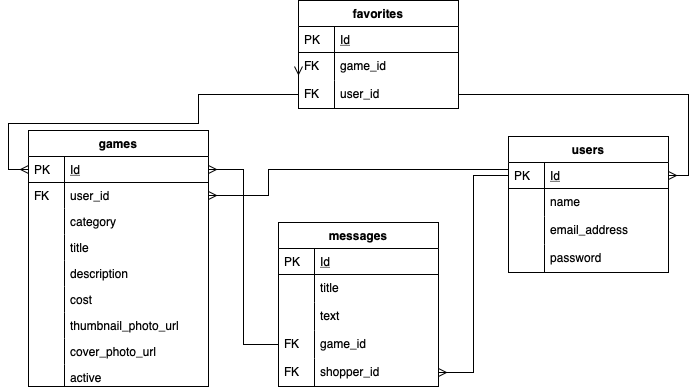
Before: screenshots/FRY_ERD.png, a diagram exported from draw.io (ronjuarez/gameFinderzz). Source tidied: cells renumbered, new cells last; positions are measured from the earlier drawing's top-left corner, leaving out a move shared by most shapes.
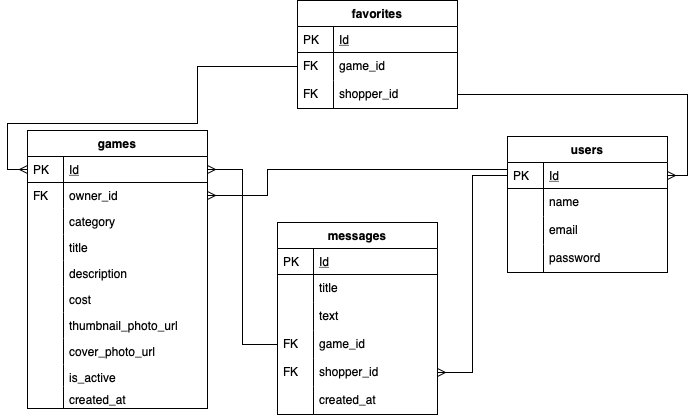
The same diagram one commit later.

Commit message:
sql schema added/initial app.get added to server

What changed in the source:
```diff
@@ -11,7 +11,7 @@
       </mxGeometry>
     </mxCell>
     <mxCell id="3" value="games" style="swimlane;fontStyle=1;horizontal=1;startSize=26;rounded=0;shadow=0;strokeWidth=1;" parent="1" vertex="1">
-      <mxGeometry x="20" y="130" width="180" height="256" as="geometry" />
+      <mxGeometry x="20" y="130" width="180" height="278" as="geometry" />
     </mxCell>
     <mxCell id="4" value="Id" style="shape=partialRectangle;top=0;left=0;right=0;bottom=1;align=left;verticalAlign=top;fillColor=none;spacingLeft=40;spacingRight=4;overflow=hidden;points=[[0,0.5],[1,0.5]];portConstraint=eastwest;rounded=0;shadow=0;strokeWidth=1;fontStyle=4;" parent="3" vertex="1">
       <mxGeometry y="26" width="180" height="26" as="geometry" />
@@ -19,7 +19,7 @@
     <mxCell id="5" value="PK" style="shape=partialRectangle;top=0;left=0;bottom=0;fillColor=none;align=left;verticalAlign=top;spacingLeft=4;spacingRight=4;overflow=hidden;" parent="4" vertex="1">
       <mxGeometry width="36" height="26" as="geometry" />
     </mxCell>
-    <mxCell id="6" value="user_id" style="shape=partialRectangle;top=0;left=0;right=0;bottom=0;align=left;verticalAlign=top;fillColor=none;spacingLeft=40;spacingRight=4;overflow=hidden;points=[[0,0.5],[1,0.5]];portConstraint=eastwest;rounded=0;shadow=0;strokeWidth=1;" parent="3" vertex="1">
+    <mxCell id="6" value="owner_id" style="shape=partialRectangle;top=0;left=0;right=0;bottom=0;align=left;verticalAlign=top;fillColor=none;spacingLeft=40;spacingRight=4;overflow=hidden;points=[[0,0.5],[1,0.5]];portConstraint=eastwest;rounded=0;shadow=0;strokeWidth=1;" parent="3" vertex="1">
       <mxGeometry y="52" width="180" height="26" as="geometry" />
     </mxCell>
     <mxCell id="7" value="FK" style="shape=partialRectangle;top=0;left=0;bottom=0;fillColor=none;align=left;verticalAlign=top;spacingLeft=4;spacingRight=4;overflow=hidden;" parent="6" vertex="1">
@@ -61,25 +61,31 @@
     <mxCell id="19" style="shape=partialRectangle;top=0;left=0;bottom=0;fillColor=none;align=left;verticalAlign=top;spacingLeft=4;spacingRight=4;overflow=hidden;" parent="18" vertex="1">
       <mxGeometry width="36" height="26" as="geometry" />
     </mxCell>
-    <mxCell id="20" value="active" style="shape=partialRectangle;top=0;left=0;right=0;bottom=0;align=left;verticalAlign=top;fillColor=none;spacingLeft=40;spacingRight=4;overflow=hidden;rounded=0;shadow=0;strokeWidth=1;" parent="3" vertex="1">
+    <mxCell id="20" value="is_active" style="shape=partialRectangle;top=0;left=0;right=0;bottom=0;align=left;verticalAlign=top;fillColor=none;spacingLeft=40;spacingRight=4;overflow=hidden;rounded=0;shadow=0;strokeWidth=1;" parent="3" vertex="1">
       <mxGeometry y="234" width="180" height="22" as="geometry" />
     </mxCell>
     <mxCell id="21" style="shape=partialRectangle;top=0;left=0;bottom=0;fillColor=none;align=left;verticalAlign=top;spacingLeft=4;spacingRight=4;overflow=hidden;" parent="20" vertex="1">
       <mxGeometry width="36" height="22" as="geometry" />
     </mxCell>
+    <mxCell id="53" value="created_at" style="shape=partialRectangle;top=0;left=0;right=0;bottom=0;align=left;verticalAlign=top;fillColor=none;spacingLeft=40;spacingRight=4;overflow=hidden;rounded=0;shadow=0;strokeWidth=1;" parent="3" vertex="1">
+      <mxGeometry y="256" width="180" height="22" as="geometry" />
+    </mxCell>
+    <mxCell id="54" style="shape=partialRectangle;top=0;left=0;bottom=0;fillColor=none;align=left;verticalAlign=top;spacingLeft=4;spacingRight=4;overflow=hidden;" parent="53" vertex="1">
+      <mxGeometry width="36" height="22" as="geometry" />
+    </mxCell>
     <mxCell id="22" style="edgeStyle=orthogonalEdgeStyle;rounded=0;jettySize=auto;html=1;startArrow=ERmany;startFill=0;endArrow=none;endFill=0;entryX=0;entryY=0.5;entryDx=0;entryDy=0;" parent="1" edge="1" source="4" target="49">
       <mxGeometry relative="1" as="geometry" />
     </mxCell>
     <mxCell id="23" style="edgeStyle=orthogonalEdgeStyle;rounded=0;jettySize=auto;html=1;entryX=0;entryY=0.5;entryDx=0;entryDy=0;startArrow=ERmany;startFill=0;endArrow=none;endFill=0;" parent="1" edge="1" source="51" target="34">
       <mxGeometry relative="1" as="geometry" />
     </mxCell>
-    <mxCell id="24" style="edgeStyle=orthogonalEdgeStyle;rounded=0;jettySize=auto;html=1;startArrow=ERmany;startFill=0;endArrow=ERmany;endFill=0;entryX=0;entryY=0.5;entryDx=0;entryDy=0;" parent="1" edge="1" source="4" target="28">
+    <mxCell id="24" style="edgeStyle=orthogonalEdgeStyle;rounded=0;jettySize=auto;html=1;startArrow=ERmany;startFill=0;endArrow=none;endFill=0;entryX=0;entryY=0.5;entryDx=0;entryDy=0;" parent="1" edge="1" source="4" target="28">
       <mxGeometry relative="1" as="geometry">
         <Array as="points">
           <mxPoint y="169" />
           <mxPoint y="123" />
           <mxPoint x="190" y="123" />
-          <mxPoint x="190" y="94" />
+          <mxPoint x="190" y="66" />
         </Array>
       </mxGeometry>
     </mxCell>
@@ -98,7 +104,7 @@
     <mxCell id="29" value="FK" style="shape=partialRectangle;top=0;left=0;bottom=0;fillColor=none;align=left;verticalAlign=top;spacingLeft=4;spacingRight=4;overflow=hidden;" parent="28" vertex="1">
       <mxGeometry width="36" height="28" as="geometry" />
     </mxCell>
-    <mxCell id="30" value="user_id" style="shape=partialRectangle;top=0;left=0;right=0;bottom=0;align=left;verticalAlign=top;fillColor=none;spacingLeft=40;spacingRight=4;overflow=hidden;points=[[0,0.5],[1,0.5]];portConstraint=eastwest;rounded=0;shadow=0;strokeWidth=1;" parent="25" vertex="1">
+    <mxCell id="30" value="shopper_id" style="shape=partialRectangle;top=0;left=0;right=0;bottom=0;align=left;verticalAlign=top;fillColor=none;spacingLeft=40;spacingRight=4;overflow=hidden;points=[[0,0.5],[1,0.5]];portConstraint=eastwest;rounded=0;shadow=0;strokeWidth=1;" parent="25" vertex="1">
       <mxGeometry y="80" width="160" height="28" as="geometry" />
     </mxCell>
     <mxCell id="31" value="FK" style="shape=partialRectangle;top=0;left=0;bottom=0;fillColor=none;align=left;verticalAlign=top;spacingLeft=4;spacingRight=4;overflow=hidden;" parent="30" vertex="1">
@@ -122,7 +128,7 @@
     <mxCell id="37" style="shape=partialRectangle;top=0;left=0;bottom=0;fillColor=none;align=left;verticalAlign=top;spacingLeft=4;spacingRight=4;overflow=hidden;" parent="36" vertex="1">
       <mxGeometry width="36" height="28" as="geometry" />
     </mxCell>
-    <mxCell id="38" value="email_address" style="shape=partialRectangle;top=0;left=0;right=0;bottom=0;align=left;verticalAlign=top;fillColor=none;spacingLeft=40;spacingRight=4;overflow=hidden;rounded=0;shadow=0;strokeWidth=1;" parent="33" vertex="1">
+    <mxCell id="38" value="email" style="shape=partialRectangle;top=0;left=0;right=0;bottom=0;align=left;verticalAlign=top;fillColor=none;spacingLeft=40;spacingRight=4;overflow=hidden;rounded=0;shadow=0;strokeWidth=1;" parent="33" vertex="1">
       <mxGeometry y="80" width="160" height="28" as="geometry" />
     </mxCell>
     <mxCell id="39" style="shape=partialRectangle;top=0;left=0;bottom=0;fillColor=none;align=left;verticalAlign=top;spacingLeft=4;spacingRight=4;overflow=hidden;" parent="38" vertex="1">
@@ -135,7 +141,7 @@
       <mxGeometry width="36" height="28" as="geometry" />
     </mxCell>
     <mxCell id="42" value="messages" style="swimlane;fontStyle=1;horizontal=1;startSize=26;rounded=0;shadow=0;strokeWidth=1;" parent="1" vertex="1">
-      <mxGeometry x="270" y="222" width="160" height="164" as="geometry" />
+      <mxGeometry x="270" y="222" width="160" height="192" as="geometry" />
     </mxCell>
     <mxCell id="43" value="Id" style="shape=partialRectangle;top=0;left=0;right=0;bottom=1;align=left;verticalAlign=top;fillColor=none;spacingLeft=40;spacingRight=4;overflow=hidden;rounded=0;shadow=0;strokeWidth=1;fontStyle=4;" parent="42" vertex="1">
       <mxGeometry y="26" width="160" height="26" as="geometry" />
@@ -167,5 +173,11 @@
     <mxCell id="52" value="FK" style="shape=partialRectangle;top=0;left=0;bottom=0;fillColor=none;align=left;verticalAlign=top;spacingLeft=4;spacingRight=4;overflow=hidden;" parent="51" vertex="1">
       <mxGeometry width="36" height="28" as="geometry" />
     </mxCell>
+    <mxCell id="55" value="created_at" style="shape=partialRectangle;top=0;left=0;right=0;bottom=0;align=left;verticalAlign=top;fillColor=none;spacingLeft=40;spacingRight=4;overflow=hidden;rounded=0;shadow=0;strokeWidth=1;" parent="42" vertex="1">
+      <mxGeometry y="164" width="160" height="28" as="geometry" />
+    </mxCell>
+    <mxCell id="56" style="shape=partialRectangle;top=0;left=0;bottom=0;fillColor=none;align=left;verticalAlign=top;spacingLeft=4;spacingRight=4;overflow=hidden;" parent="55" vertex="1">
+      <mxGeometry width="36" height="28" as="geometry" />
+    </mxCell>
   </root>
 </mxGraphModel>
```
